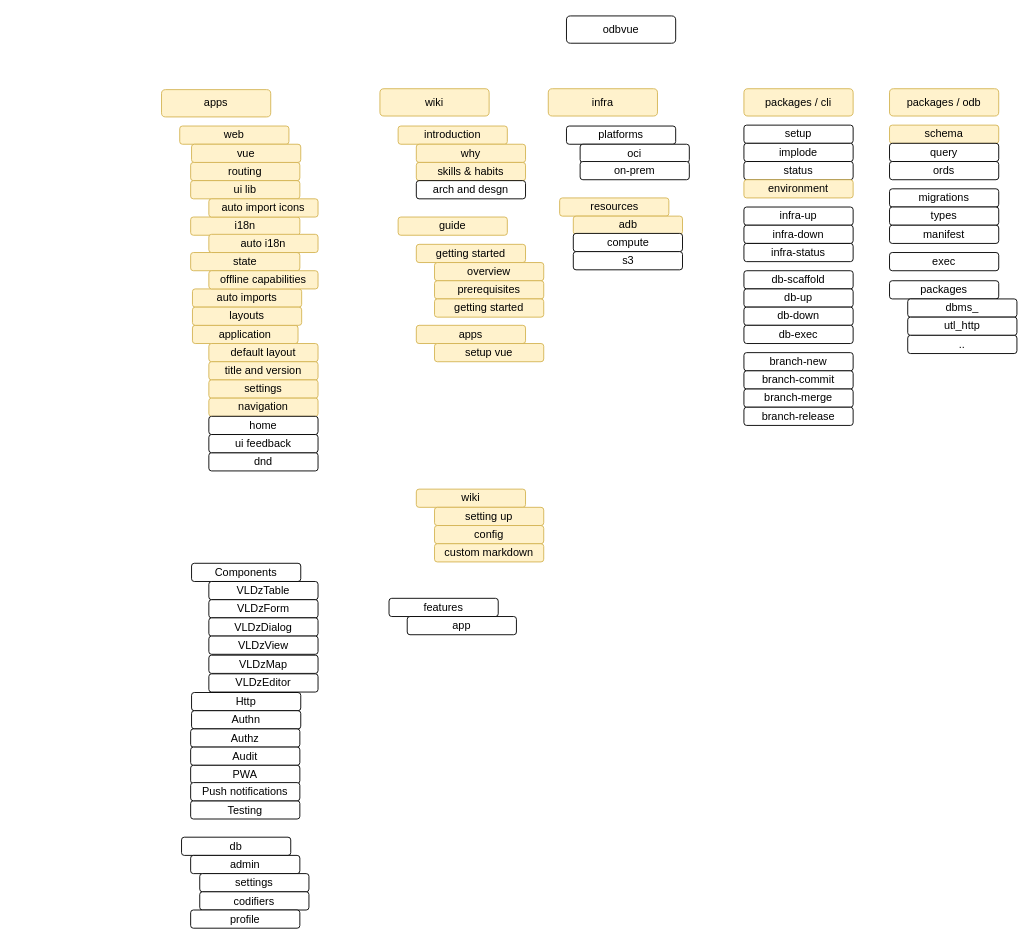
The draw.io diagram roadmap.drawio in odbvue/odbvue, before the edit. Source tidied: cells renumbered, new cells numbered last; positions are measured from the earlier drawing's top-left corner, leaving out a move shared by most shapes. Both pictures are drawn from the tidied source at 91%, with x=0, y=0 at pixel (161, 15).
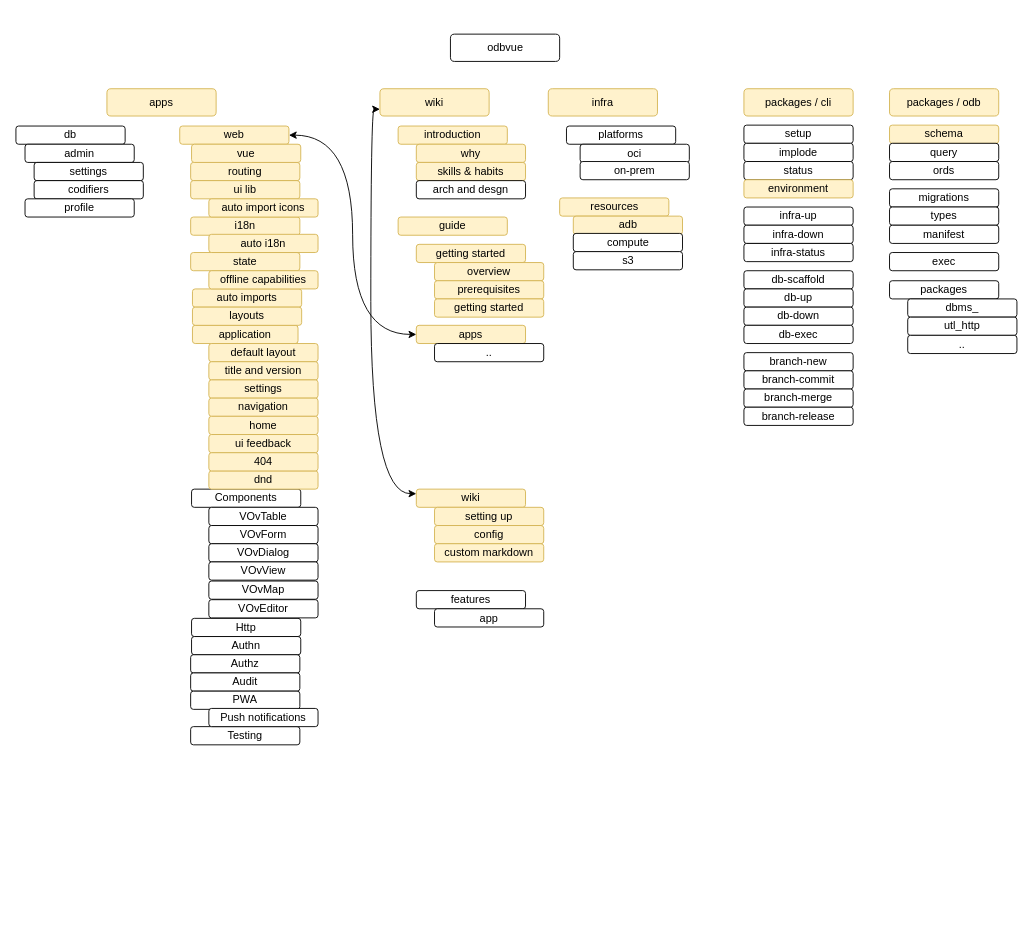
After the change.

The change refers to these unchanged cells:
```xml
<mxCell id="4" value="wiki" style="rounded=1;whiteSpace=wrap;html=1;fillColor=#fff2cc;strokeColor=#d6b656;" parent="1" vertex="1">
  <mxGeometry x="240" y="80" width="120" height="30" as="geometry" />
</mxCell>
<mxCell id="36" value="web" style="rounded=1;whiteSpace=wrap;html=1;fillColor=#fff2cc;strokeColor=#d6b656;" parent="1" vertex="1">
  <mxGeometry x="20" y="121" width="120" height="20" as="geometry" />
</mxCell>
<mxCell id="46" value="apps" style="rounded=1;whiteSpace=wrap;html=1;fillColor=#fff2cc;strokeColor=#d6b656;" parent="1" vertex="1">
  <mxGeometry x="280" y="340" width="120" height="20" as="geometry" />
</mxCell>
<mxCell id="80" value="wiki" style="rounded=1;whiteSpace=wrap;html=1;fillColor=#fff2cc;strokeColor=#d6b656;" parent="1" vertex="1">
  <mxGeometry x="280" y="520" width="120" height="20" as="geometry" />
</mxCell>
```

Change to the diagram source:
```diff
@@
     <mxCell id="2" value="odbvue" style="rounded=1;whiteSpace=wrap;html=1;" parent="1" vertex="1">
-      <mxGeometry x="445" width="120" height="30" as="geometry" />
+      <mxGeometry x="317.5" y="20" width="120" height="30" as="geometry" />
     </mxCell>
     <mxCell id="3" value="apps" style="rounded=1;whiteSpace=wrap;html=1;fillColor=#fff2cc;strokeColor=#d6b656;" parent="1" vertex="1">
-      <mxGeometry y="81" width="120" height="30" as="geometry" />
+      <mxGeometry x="-60" y="80" width="120" height="30" as="geometry" />
     </mxCell>
@@
     <mxCell id="37" value="db" style="rounded=1;whiteSpace=wrap;html=1;" parent="1" vertex="1">
-      <mxGeometry x="22" y="902.5" width="120" height="20" as="geometry" />
+      <mxGeometry x="-160" y="121" width="120" height="20" as="geometry" />
     </mxCell>
     <mxCell id="38" value="admin" style="rounded=1;whiteSpace=wrap;html=1;" parent="1" vertex="1">
-      <mxGeometry x="32" y="922.5" width="120" height="20" as="geometry" />
+      <mxGeometry x="-150" y="141" width="120" height="20" as="geometry" />
     </mxCell>
     <mxCell id="39" value="settings" style="rounded=1;whiteSpace=wrap;html=1;" parent="1" vertex="1">
-      <mxGeometry x="42" y="942.5" width="120" height="20" as="geometry" />
+      <mxGeometry x="-140" y="161" width="120" height="20" as="geometry" />
     </mxCell>
     <mxCell id="40" value="codifiers" style="rounded=1;whiteSpace=wrap;html=1;" parent="1" vertex="1">
-      <mxGeometry x="42" y="962.5" width="120" height="20" as="geometry" />
+      <mxGeometry x="-140" y="181" width="120" height="20" as="geometry" />
     </mxCell>
@@
     <mxCell id="52" value="Testing" style="rounded=1;whiteSpace=wrap;html=1;" parent="1" vertex="1">
-      <mxGeometry x="32" y="862.5" width="120" height="20" as="geometry" />
+      <mxGeometry x="32" y="781" width="120" height="20" as="geometry" />
     </mxCell>
     <mxCell id="53" value="Components" style="rounded=1;whiteSpace=wrap;html=1;" parent="1" vertex="1">
-      <mxGeometry x="33" y="601.5" width="120" height="20" as="geometry" />
+      <mxGeometry x="33" y="520" width="120" height="20" as="geometry" />
     </mxCell>
-    <mxCell id="54" value="VLDzTable" style="rounded=1;whiteSpace=wrap;html=1;" parent="1" vertex="1">
-      <mxGeometry x="52" y="621.5" width="120" height="20" as="geometry" />
+    <mxCell id="54" value="VOvTable" style="rounded=1;whiteSpace=wrap;html=1;" parent="1" vertex="1">
+      <mxGeometry x="52" y="540" width="120" height="20" as="geometry" />
     </mxCell>
-    <mxCell id="55" value="VLDzForm" style="rounded=1;whiteSpace=wrap;html=1;" parent="1" vertex="1">
-      <mxGeometry x="52" y="641.5" width="120" height="20" as="geometry" />
+    <mxCell id="55" value="VOvForm" style="rounded=1;whiteSpace=wrap;html=1;" parent="1" vertex="1">
+      <mxGeometry x="52" y="560" width="120" height="20" as="geometry" />
     </mxCell>
-    <mxCell id="56" value="VLDzDialog" style="rounded=1;whiteSpace=wrap;html=1;" parent="1" vertex="1">
-      <mxGeometry x="52" y="661.5" width="120" height="20" as="geometry" />
+    <mxCell id="56" value="VOvDialog" style="rounded=1;whiteSpace=wrap;html=1;" parent="1" vertex="1">
+      <mxGeometry x="52" y="580" width="120" height="20" as="geometry" />
     </mxCell>
     <mxCell id="57" value="Http" style="rounded=1;whiteSpace=wrap;html=1;" parent="1" vertex="1">
-      <mxGeometry x="33" y="743.5" width="120" height="20" as="geometry" />
+      <mxGeometry x="33" y="662" width="120" height="20" as="geometry" />
     </mxCell>
     <mxCell id="58" value="Authn" style="rounded=1;whiteSpace=wrap;html=1;" parent="1" vertex="1">
-      <mxGeometry x="33" y="763.5" width="120" height="20" as="geometry" />
+      <mxGeometry x="33" y="682" width="120" height="20" as="geometry" />
     </mxCell>
@@
-    <mxCell id="60" value="VLDzView" style="rounded=1;whiteSpace=wrap;html=1;" parent="1" vertex="1">
-      <mxGeometry x="52" y="681.5" width="120" height="20" as="geometry" />
+    <mxCell id="60" value="VOvView" style="rounded=1;whiteSpace=wrap;html=1;" parent="1" vertex="1">
+      <mxGeometry x="52" y="600" width="120" height="20" as="geometry" />
     </mxCell>
-    <mxCell id="61" value="VLDzMap" style="rounded=1;whiteSpace=wrap;html=1;" parent="1" vertex="1">
-      <mxGeometry x="52" y="702.5" width="120" height="20" as="geometry" />
+    <mxCell id="61" value="VOvMap" style="rounded=1;whiteSpace=wrap;html=1;" parent="1" vertex="1">
+      <mxGeometry x="52" y="621" width="120" height="20" as="geometry" />
     </mxCell>
     <mxCell id="62" value="Authz" style="rounded=1;whiteSpace=wrap;html=1;" parent="1" vertex="1">
-      <mxGeometry x="32" y="783.5" width="120" height="20" as="geometry" />
+      <mxGeometry x="32" y="702" width="120" height="20" as="geometry" />
     </mxCell>
     <mxCell id="63" value="Audit" style="rounded=1;whiteSpace=wrap;html=1;" parent="1" vertex="1">
-      <mxGeometry x="32" y="803.5" width="120" height="20" as="geometry" />
+      <mxGeometry x="32" y="722" width="120" height="20" as="geometry" />
     </mxCell>
     <mxCell id="64" value="PWA" style="rounded=1;whiteSpace=wrap;html=1;" parent="1" vertex="1">
-      <mxGeometry x="32" y="823.5" width="120" height="20" as="geometry" />
+      <mxGeometry x="32" y="742" width="120" height="20" as="geometry" />
     </mxCell>
-    <mxCell id="65" value="VLDzEditor" style="rounded=1;whiteSpace=wrap;html=1;" parent="1" vertex="1">
-      <mxGeometry x="52" y="723" width="120" height="20" as="geometry" />
+    <mxCell id="65" value="VOvEditor" style="rounded=1;whiteSpace=wrap;html=1;" parent="1" vertex="1">
+      <mxGeometry x="52" y="641.5" width="120" height="20" as="geometry" />
     </mxCell>
     <mxCell id="66" value="Push notifications" style="rounded=1;whiteSpace=wrap;html=1;" parent="1" vertex="1">
-      <mxGeometry x="32" y="842.5" width="120" height="20" as="geometry" />
+      <mxGeometry x="52" y="761" width="120" height="20" as="geometry" />
     </mxCell>
@@
     <mxCell id="69" value="profile" style="rounded=1;whiteSpace=wrap;html=1;" parent="1" vertex="1">
-      <mxGeometry x="32" y="982.5" width="120" height="20" as="geometry" />
+      <mxGeometry x="-150" y="201" width="120" height="20" as="geometry" />
     </mxCell>
     <mxCell id="70" value="features" style="rounded=1;whiteSpace=wrap;html=1;" parent="1" vertex="1">
-      <mxGeometry x="250" y="640" width="120" height="20" as="geometry" />
+      <mxGeometry x="280" y="631.5" width="120" height="20" as="geometry" />
     </mxCell>
     <mxCell id="71" value="app" style="rounded=1;whiteSpace=wrap;html=1;" parent="1" vertex="1">
-      <mxGeometry x="270" y="660" width="120" height="20" as="geometry" />
+      <mxGeometry x="300" y="651.5" width="120" height="20" as="geometry" />
     </mxCell>
@@
-    <mxCell id="84" value="setup vue" style="rounded=1;whiteSpace=wrap;html=1;fillColor=#fff2cc;strokeColor=#d6b656;" parent="1" vertex="1">
+    <mxCell id="84" value=".." style="rounded=1;whiteSpace=wrap;html=1;" parent="1" vertex="1">
       <mxGeometry x="300" y="360" width="120" height="20" as="geometry" />
     </mxCell>
@@
-    <mxCell id="89" value="dnd" style="rounded=1;whiteSpace=wrap;html=1;" parent="1" vertex="1">
-      <mxGeometry x="52" y="480" width="120" height="20" as="geometry" />
+    <mxCell id="89" value="dnd" style="rounded=1;whiteSpace=wrap;html=1;fillColor=#fff2cc;strokeColor=#d6b656;" parent="1" vertex="1">
+      <mxGeometry x="52" y="500" width="120" height="20" as="geometry" />
     </mxCell>
@@
-    <mxCell id="94" value="home" style="rounded=1;whiteSpace=wrap;html=1;" parent="1" vertex="1">
+    <mxCell id="94" value="home" style="rounded=1;whiteSpace=wrap;html=1;fillColor=#fff2cc;strokeColor=#d6b656;" parent="1" vertex="1">
       <mxGeometry x="52" y="440" width="120" height="20" as="geometry" />
     </mxCell>
-    <mxCell id="95" value="ui feedback" style="rounded=1;whiteSpace=wrap;html=1;" parent="1" vertex="1">
+    <mxCell id="95" value="ui feedback" style="rounded=1;whiteSpace=wrap;html=1;fillColor=#fff2cc;strokeColor=#d6b656;" parent="1" vertex="1">
       <mxGeometry x="52" y="460" width="120" height="20" as="geometry" />
     </mxCell>
+    <mxCell id="96" value="404" style="rounded=1;whiteSpace=wrap;html=1;fillColor=#fff2cc;strokeColor=#d6b656;" parent="1" vertex="1">
+      <mxGeometry x="52" y="480" width="120" height="20" as="geometry" />
+    </mxCell>
+    <mxCell id="97" style="endArrow=classic;startArrow=classic;html=1;rounded=0;exitX=1;exitY=0.5;exitDx=0;exitDy=0;entryX=0;entryY=0.5;entryDx=0;entryDy=0;edgeStyle=orthogonalEdgeStyle;curved=1;" parent="1" edge="1" source="36" target="46">
+      <mxGeometry relative="1" as="geometry" />
+    </mxCell>
+    <mxCell id="98" style="endArrow=classic;startArrow=classic;html=1;rounded=0;exitX=0;exitY=0.75;exitDx=0;exitDy=0;entryX=0;entryY=0.25;entryDx=0;entryDy=0;edgeStyle=orthogonalEdgeStyle;curved=1;" parent="1" edge="1" source="4" target="80">
+      <mxGeometry relative="1" as="geometry" />
+    </mxCell>
```
